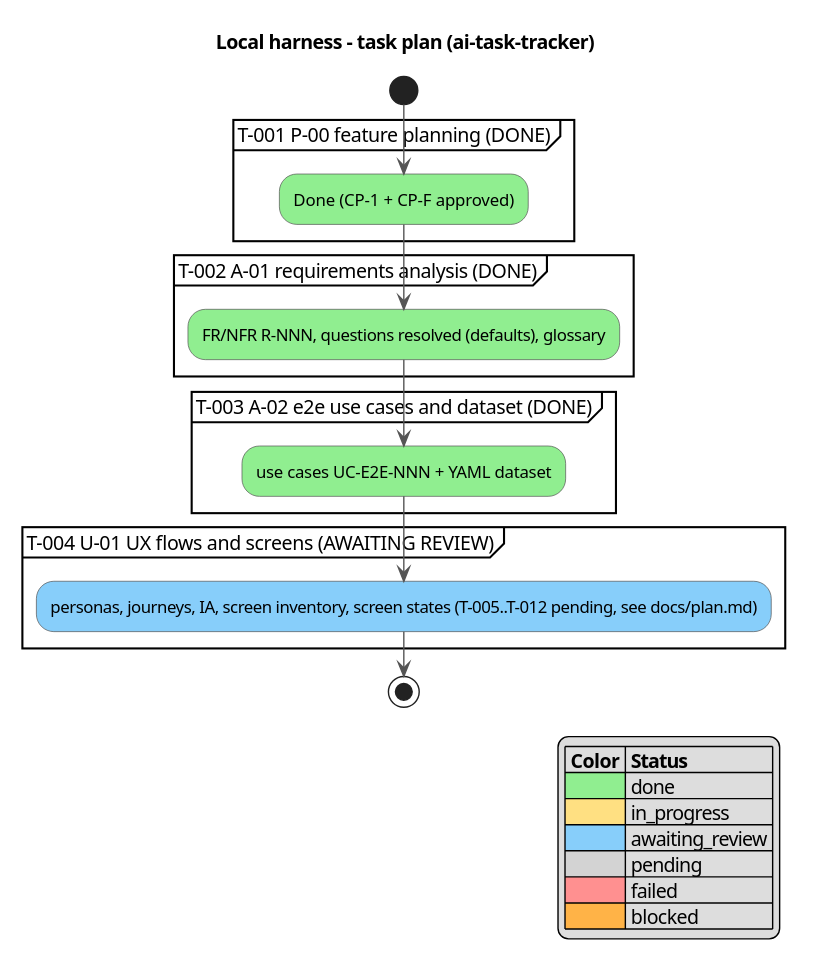
Earlier version of the PlantUML export docs/activity.svg (serge-sasov/ai-task-tracker).
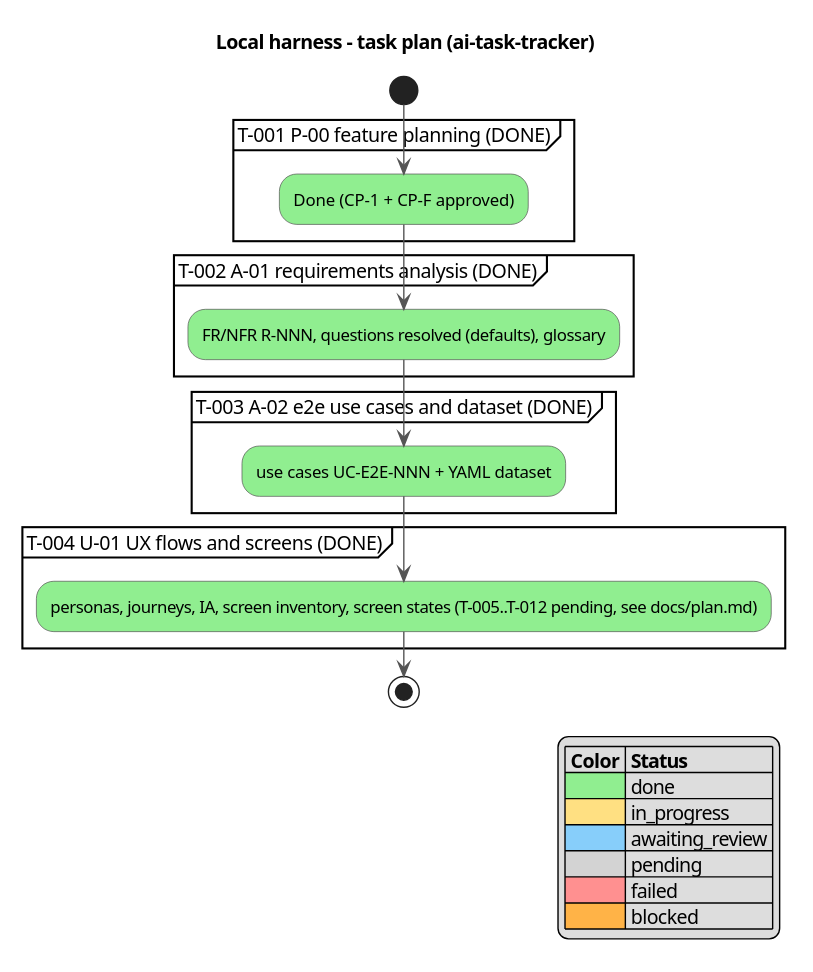
Later version of the same file.

Commit message:
T-004: UX flows and screens (U-01) accepted

Diff of the diagram source:
```diff
@@ -15,8 +15,8 @@
 partition "T-003 A-02 e2e use cases and dataset (DONE)" {
   :use cases UC-E2E-NNN + YAML dataset; <<#90EE90>>
 }
-partition "T-004 U-01 UX flows and screens (AWAITING REVIEW)" {
-  :personas, journeys, IA, screen inventory, screen states (T-005..T-012 pending, see docs/plan.md); <<#87CEFA>>
+partition "T-004 U-01 UX flows and screens (DONE)" {
+  :personas, journeys, IA, screen inventory, screen states (T-005..T-012 pending, see docs/plan.md); <<#90EE90>>
 }
 stop
 
```
